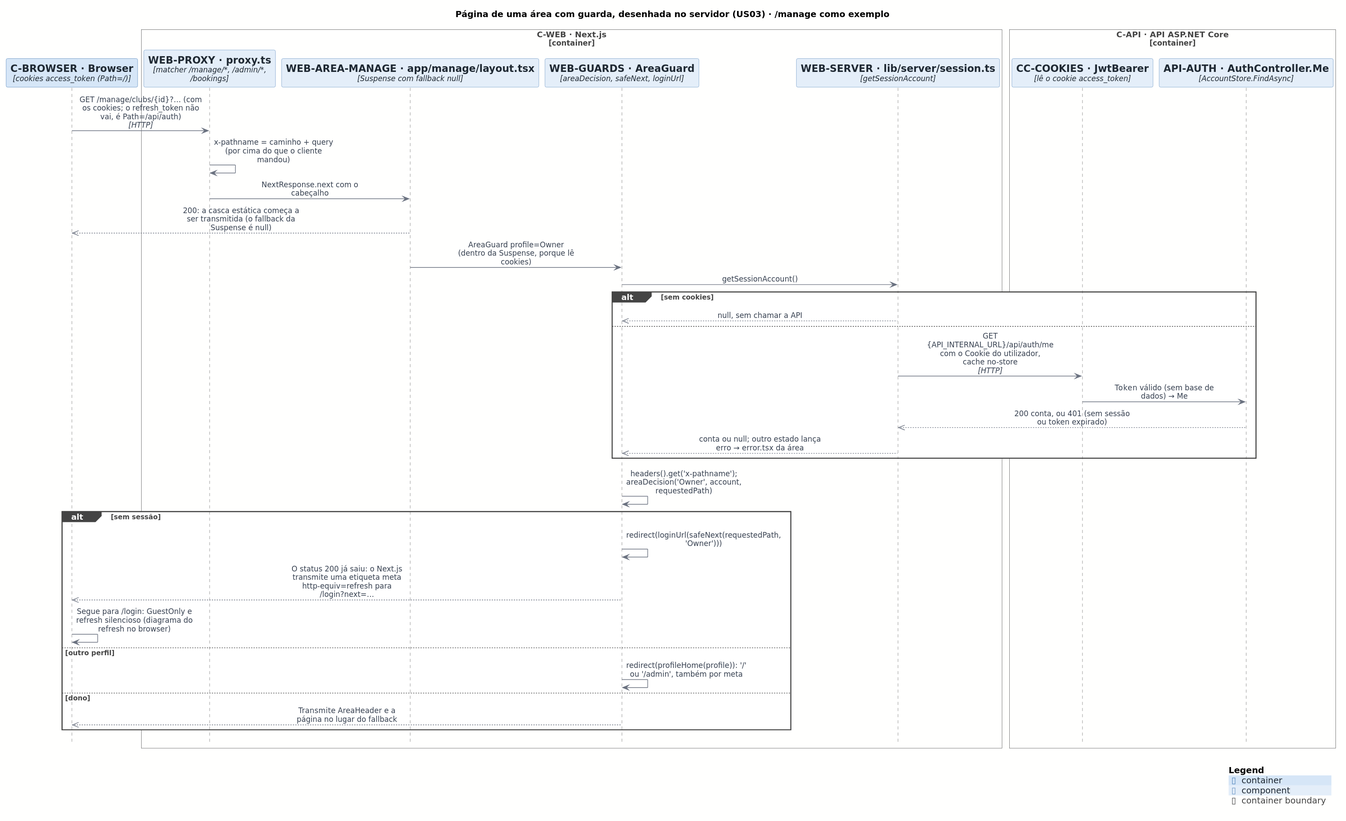
Before: docs/architecture/out/process-guard.svg, a diagram exported from PlantUML (rodrigo4sousa/SportsEstablishments).
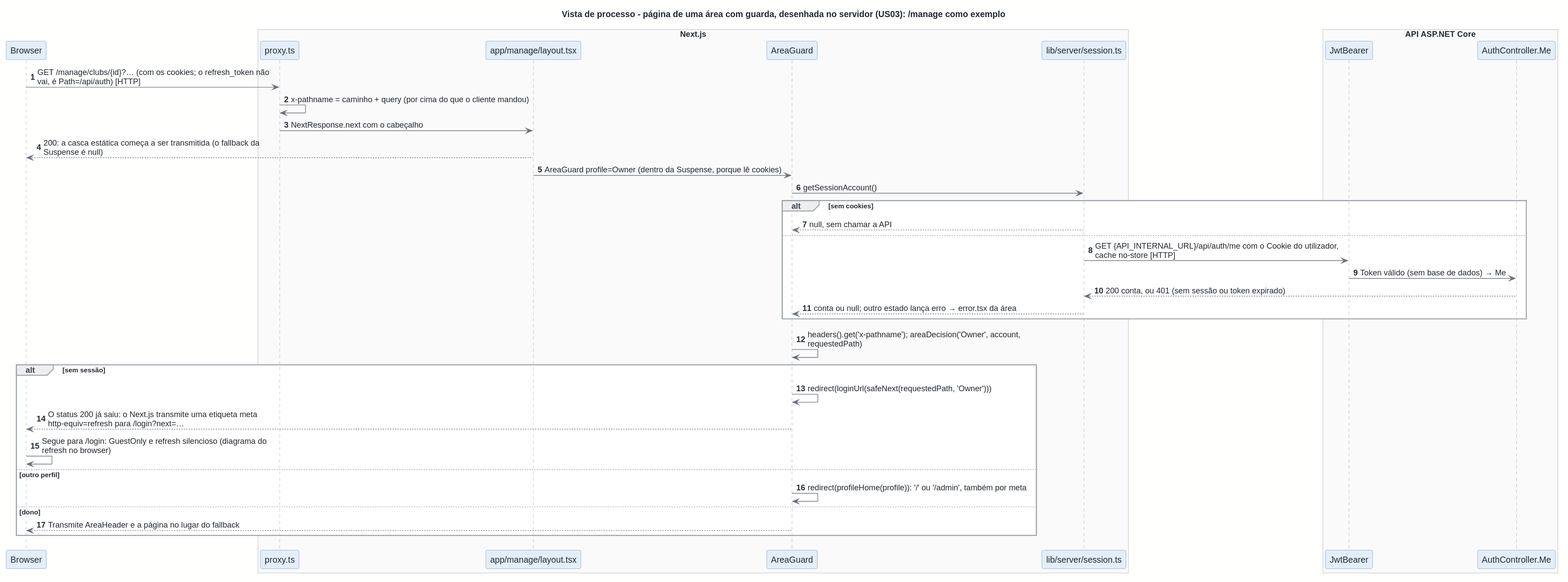
Later version of the same file.

The edit, as a diff of the source:
```diff
@@ -1,45 +1,43 @@
 @startuml
-!include <C4/C4_Sequence>
 !include ../style.puml
 
-title Página de uma área com guarda, desenhada no servidor (US03) · /manage como exemplo
+title Vista de processo - página de uma área com guarda, desenhada no servidor (US03): /manage como exemplo
+autonumber
 
-Container(C_BROWSER, "C-BROWSER · Browser", "cookies access_token (Path=/)")
-Container_Boundary(C_WEB, "C-WEB · Next.js")
-  Component(WEB_PROXY, "WEB-PROXY · proxy.ts", "matcher /manage/*, /admin/*, /bookings")
-  Component(WEB_AREA_MANAGE, "WEB-AREA-MANAGE · app/manage/layout.tsx", "Suspense com fallback null")
-  Component(WEB_GUARDS, "WEB-GUARDS · AreaGuard", "areaDecision, safeNext, loginUrl")
-  Component(WEB_SERVER, "WEB-SERVER · lib/server/session.ts", "getSessionAccount")
-Boundary_End()
-Container_Boundary(C_API, "C-API · API ASP.NET Core")
-  Component(CC_COOKIES, "CC-COOKIES · JwtBearer", "lê o cookie access_token")
-  Component(API_AUTH, "API-AUTH · AuthController.Me", "AccountStore.FindAsync")
-Boundary_End()
+participant "Browser" as C_BROWSER
+box "Next.js"
+  participant "proxy.ts" as WEB_PROXY
+  participant "app/manage/layout.tsx" as WEB_AREA_MANAGE
+  participant "AreaGuard" as WEB_GUARDS
+  participant "lib/server/session.ts" as WEB_SERVER
+end box
+box "API ASP.NET Core"
+  participant "JwtBearer" as CC_COOKIES
+  participant "AuthController.Me" as API_AUTH
+end box
 
-Rel(C_BROWSER, WEB_PROXY, $plain("GET /manage/clubs/{id}?… (com os cookies; o refresh_token não vai, é Path=/api/auth)"), "HTTP")
-Rel(WEB_PROXY, WEB_PROXY, $plain("x-pathname = caminho + query (por cima do que o cliente mandou)"))
-Rel(WEB_PROXY, WEB_AREA_MANAGE, $plain("NextResponse.next com o cabeçalho"))
-Rel_Back(C_BROWSER, WEB_AREA_MANAGE, $plain("200: a casca estática começa a ser transmitida (o fallback da Suspense é null)"))
-Rel(WEB_AREA_MANAGE, WEB_GUARDS, $plain("AreaGuard profile=Owner (dentro da Suspense, porque lê cookies)"))
-Rel(WEB_GUARDS, WEB_SERVER, $plain("getSessionAccount()"))
+C_BROWSER -> WEB_PROXY : GET /manage/clubs/{id}?… (com os cookies; o refresh_token não\nvai, é Path=/api/auth) [HTTP]
+WEB_PROXY -> WEB_PROXY : x-pathname = caminho + query (por cima do que o cliente mandou)
+WEB_PROXY -> WEB_AREA_MANAGE : NextResponse.next com o cabeçalho
+WEB_AREA_MANAGE --> C_BROWSER : 200: a casca estática começa a ser transmitida (o fallback da\nSuspense é null)
+WEB_AREA_MANAGE -> WEB_GUARDS : AreaGuard profile=Owner (dentro da Suspense, porque lê cookies)
+WEB_GUARDS -> WEB_SERVER : getSessionAccount()
 alt sem cookies
-  Rel_Back(WEB_GUARDS, WEB_SERVER, $plain("null, sem chamar a API"))
+  WEB_SERVER --> WEB_GUARDS : null, sem chamar a API
 else
-  Rel(WEB_SERVER, CC_COOKIES, $plain("GET {API_INTERNAL_URL}/api/auth/me com o Cookie do utilizador, cache no-store"), "HTTP")
-  Rel(CC_COOKIES, API_AUTH, $plain("Token válido (sem base de dados) → Me"))
-  Rel_Back(WEB_SERVER, API_AUTH, $plain("200 conta, ou 401 (sem sessão ou token expirado)"))
-  Rel_Back(WEB_GUARDS, WEB_SERVER, $plain("conta ou null; outro estado lança erro → error.tsx da área"))
+  WEB_SERVER -> CC_COOKIES : GET {API_INTERNAL_URL}/api/auth/me com o Cookie do utilizador,\ncache no-store [HTTP]
+  CC_COOKIES -> API_AUTH : Token válido (sem base de dados) → Me
+  API_AUTH --> WEB_SERVER : 200 conta, ou 401 (sem sessão ou token expirado)
+  WEB_SERVER --> WEB_GUARDS : conta ou null; outro estado lança erro → error.tsx da área
 end
-Rel(WEB_GUARDS, WEB_GUARDS, $plain("headers().get('x-pathname'); areaDecision('Owner', account, requestedPath)"))
+WEB_GUARDS -> WEB_GUARDS : headers().get('x-pathname'); areaDecision('Owner', account,\nrequestedPath)
 alt sem sessão
-  Rel(WEB_GUARDS, WEB_GUARDS, $plain("redirect(loginUrl(safeNext(requestedPath, 'Owner')))"))
-  Rel_Back(C_BROWSER, WEB_GUARDS, $plain("O status 200 já saiu: o Next.js transmite uma etiqueta meta http-equiv=refresh para /login?next=…"))
-  Rel(C_BROWSER, C_BROWSER, $plain("Segue para /login: GuestOnly e refresh silencioso (diagrama do refresh no browser)"))
+  WEB_GUARDS -> WEB_GUARDS : redirect(loginUrl(safeNext(requestedPath, 'Owner')))
+  WEB_GUARDS --> C_BROWSER : O status 200 já saiu: o Next.js transmite uma etiqueta meta\nhttp-equiv=refresh para /login?next=…
+  C_BROWSER -> C_BROWSER : Segue para /login: GuestOnly e refresh silencioso (diagrama do\nrefresh no browser)
 else outro perfil
-  Rel(WEB_GUARDS, WEB_GUARDS, $plain("redirect(profileHome(profile)): '/' ou '/admin', também por meta"))
+  WEB_GUARDS -> WEB_GUARDS : redirect(profileHome(profile)): '/' ou '/admin', também por meta
 else dono
-  Rel_Back(C_BROWSER, WEB_GUARDS, $plain("Transmite AreaHeader e a página no lugar do fallback"))
+  WEB_GUARDS --> C_BROWSER : Transmite AreaHeader e a página no lugar do fallback
 end
-
-SHOW_LEGEND()
 @enduml
```
